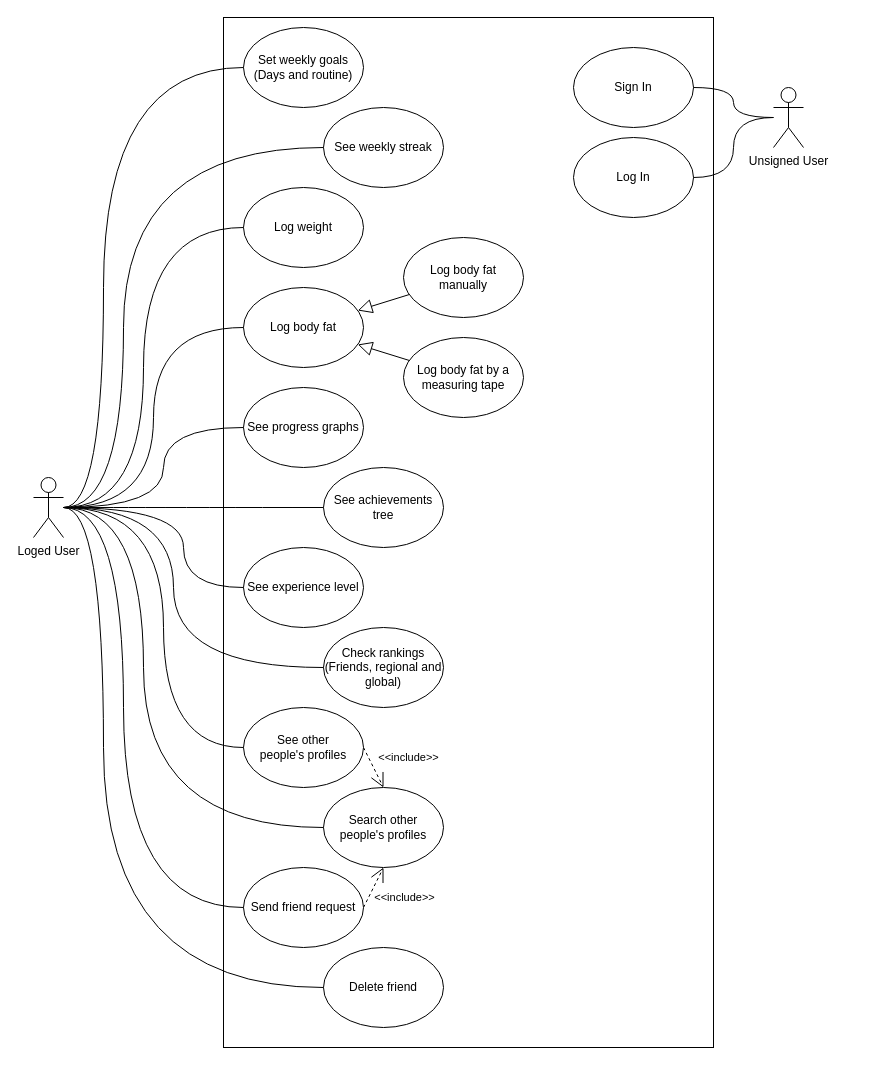
This is Documentacion/Use_cases_diagram.drawio from TFG-APP-de-gamificacion-del-deporte/gym-badges-web-app, a draw.io file, before an edit. Source tidied: cells renumbered, new cells numbered last; positions are measured from the earlier drawing's top-left corner, leaving out a move shared by most shapes. Both pictures are drawn from the tidied source at 100%, with x=0, y=0 at pixel (33, 17).
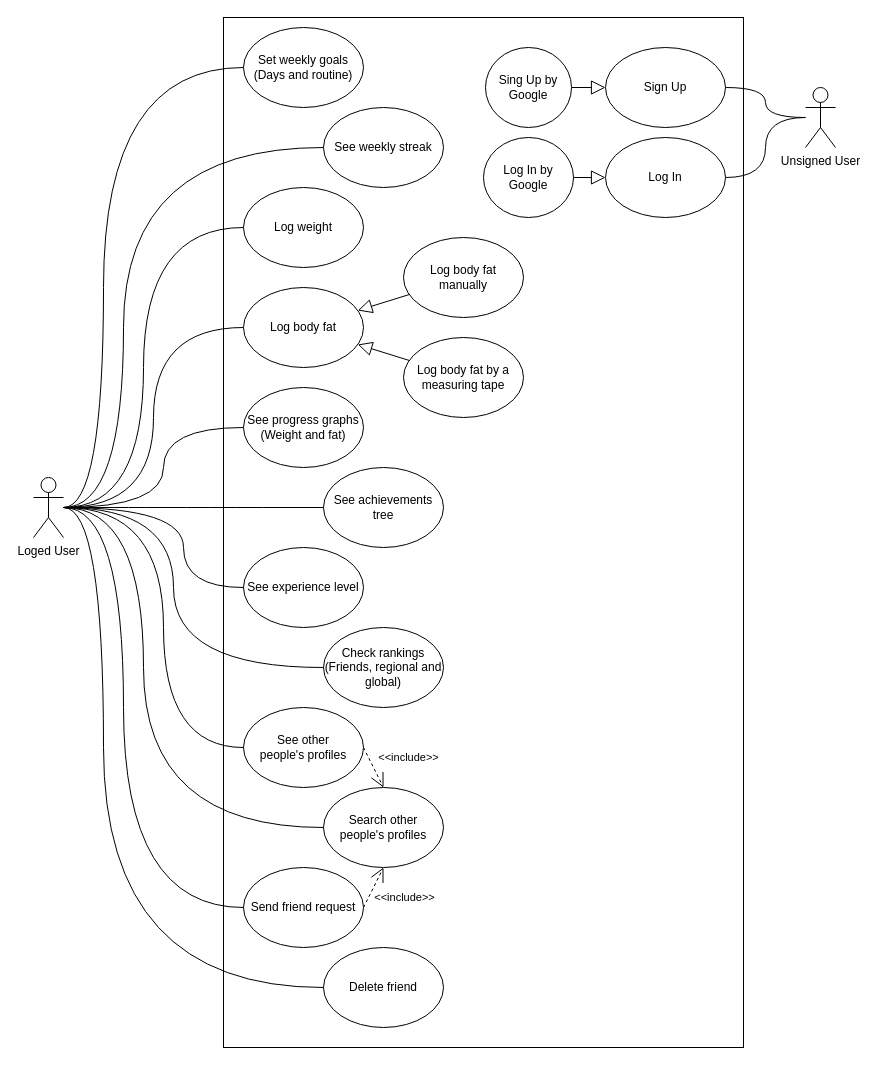
The same page after the edit.

Commit message (it also covers changes not shown here):
Update use case diagram

Diff of the diagram source:
```diff
@@
     <mxCell id="2" style="rounded=0;whiteSpace=wrap;html=1;" parent="1" vertex="1">
-      <mxGeometry x="190" width="490" height="1030" as="geometry" />
+      <mxGeometry x="190" width="520" height="1030" as="geometry" />
     </mxCell>
@@
-    <mxCell id="11" value="See progress graphs" style="ellipse;whiteSpace=wrap;html=1;" parent="1" vertex="1">
+    <mxCell id="11" value="See progress graphs&lt;div&gt;(Weight and fat)&lt;/div&gt;" style="ellipse;whiteSpace=wrap;html=1;" parent="1" vertex="1">
       <mxGeometry x="210" y="370" width="120" height="80" as="geometry" />
     </mxCell>
@@
-    <mxCell id="36" value="Sign In" style="ellipse;whiteSpace=wrap;html=1;" parent="1" vertex="1">
-      <mxGeometry x="540" y="30" width="120" height="80" as="geometry" />
+    <mxCell id="36" value="Sign Up" style="ellipse;whiteSpace=wrap;html=1;" parent="1" vertex="1">
+      <mxGeometry x="572" y="30" width="120" height="80" as="geometry" />
     </mxCell>
     <mxCell id="37" value="Log In" style="ellipse;whiteSpace=wrap;html=1;" parent="1" vertex="1">
-      <mxGeometry x="540" y="120" width="120" height="80" as="geometry" />
+      <mxGeometry x="572" y="120" width="120" height="80" as="geometry" />
     </mxCell>
@@
     <mxCell id="40" value="Unsigned User" style="shape=umlActor;verticalLabelPosition=bottom;verticalAlign=top;html=1;outlineConnect=0;" parent="1" vertex="1">
-      <mxGeometry x="740" y="70" width="30" height="60" as="geometry" />
+      <mxGeometry x="772" y="70" width="30" height="60" as="geometry" />
     </mxCell>
+    <mxCell id="41" style="rounded=0;jettySize=auto;html=1;endSize=12;endArrow=block;endFill=0;" parent="1" edge="1" source="42" target="37">
+      <mxGeometry relative="1" as="geometry" />
+    </mxCell>
+    <mxCell id="42" value="Log In by Google" style="ellipse;whiteSpace=wrap;html=1;" parent="1" vertex="1">
+      <mxGeometry x="450" y="120" width="90" height="80" as="geometry" />
+    </mxCell>
+    <mxCell id="43" style="rounded=0;jettySize=auto;html=1;endArrow=block;endFill=0;endSize=12;" parent="1" edge="1" source="44" target="36">
+      <mxGeometry relative="1" as="geometry" />
+    </mxCell>
+    <mxCell id="44" value="Sing Up by Google" style="ellipse;whiteSpace=wrap;html=1;" parent="1" vertex="1">
+      <mxGeometry x="452" y="30" width="86" height="80" as="geometry" />
+    </mxCell>
```
